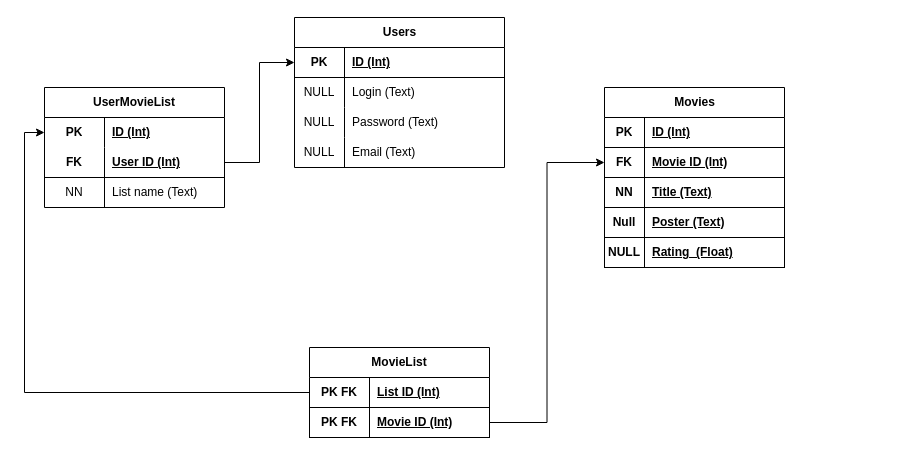
Earlier version of the draw.io diagram cinemach/backend/DB/cinemachDB .drawio (Kochtyan/graduate_work). Source tidied: cells renumbered, new cells numbered last; positions are measured from the earlier drawing's top-left corner, leaving out a move shared by most shapes. Both pictures are drawn from the tidied source at 100%, with x=0, y=0 at pixel (44, 17).
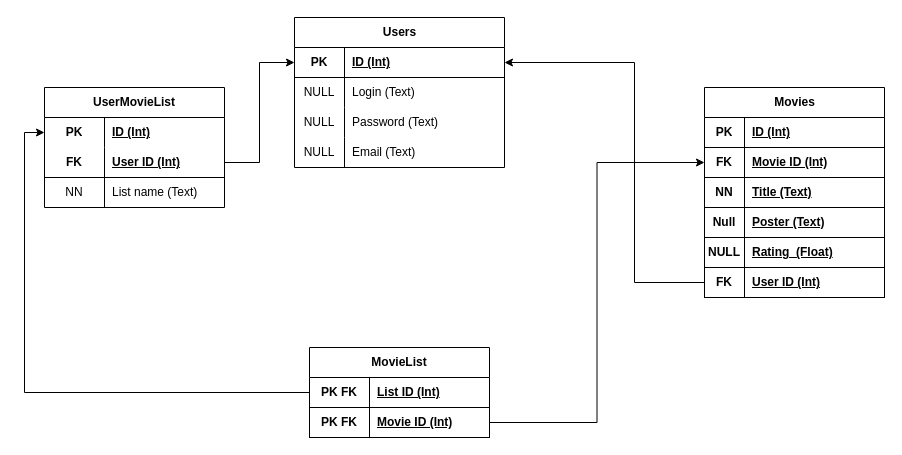
After the change.

The change refers to these unchanged cells:
```xml
<mxCell id="3" style="shape=tableRow;horizontal=0;startSize=0;swimlaneHead=0;swimlaneBody=0;fillColor=none;points=[[0,0.5],[1,0.5]];portConstraint=eastwest;top=0;left=0;right=0;bottom=1;" parent="2" vertex="1">
  <mxGeometry y="30" width="210" height="30" as="geometry" />
</mxCell>
```

Change to the diagram source:
```diff
@@
     <mxCell id="15" value="Movies" style="shape=table;startSize=30;childLayout=tableLayout;rowLines=0;fontStyle=1;align=center;html=1;" parent="1" vertex="1">
-      <mxGeometry x="560" y="70" width="180" height="180" as="geometry" />
+      <mxGeometry x="660" y="70" width="180" height="210" as="geometry" />
     </mxCell>
@@
+    <mxCell id="51" style="shape=tableRow;horizontal=0;startSize=0;swimlaneHead=0;swimlaneBody=0;fillColor=none;points=[[0,0.5],[1,0.5]];portConstraint=eastwest;top=0;left=0;right=0;bottom=1;" parent="15" vertex="1">
+      <mxGeometry y="180" width="180" height="30" as="geometry" />
+    </mxCell>
+    <mxCell id="52" value="FK" style="shape=partialRectangle;fillColor=none;top=0;left=0;bottom=0;right=0;fontStyle=1;overflow=hidden;whiteSpace=wrap;html=1;" parent="51" vertex="1">
+      <mxGeometry width="40" height="30" as="geometry" />
+    </mxCell>
+    <mxCell id="53" value="User ID (Int)" style="shape=partialRectangle;fillColor=none;top=0;left=0;bottom=0;right=0;align=left;spacingLeft=6;fontStyle=5;overflow=hidden;whiteSpace=wrap;html=1;" parent="51" vertex="1">
+      <mxGeometry x="40" width="140" height="30" as="geometry" />
+    </mxCell>
@@
+    <mxCell id="54" style="edgeStyle=orthogonalEdgeStyle;rounded=0;jettySize=auto;html=1;entryX=1;entryY=0.5;entryDx=0;entryDy=0;exitX=0;exitY=0.5;exitDx=0;exitDy=0;" parent="1" edge="1" source="51" target="3">
+      <mxGeometry relative="1" as="geometry">
+        <Array as="points">
+          <mxPoint x="590" y="265" />
+          <mxPoint x="590" y="45" />
+        </Array>
+      </mxGeometry>
+    </mxCell>
```
